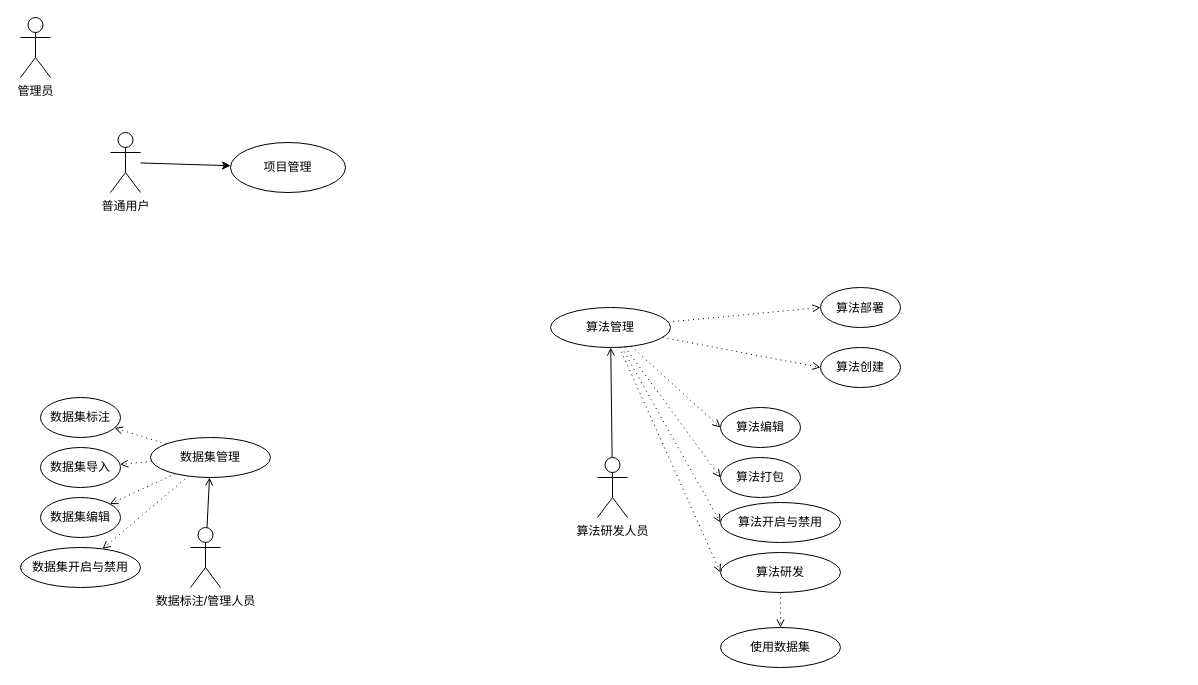
Before: 毕设uml/算法开发人员用例图.drawio in bigflyelephant/uml_set, a draw.io diagram. Source tidied: cells renumbered, new cells numbered last; positions are measured from the earlier drawing's top-left corner, leaving out a move shared by most shapes. Both pictures are drawn from the tidied source at 100%, with x=0, y=0 at pixel (20, 17).
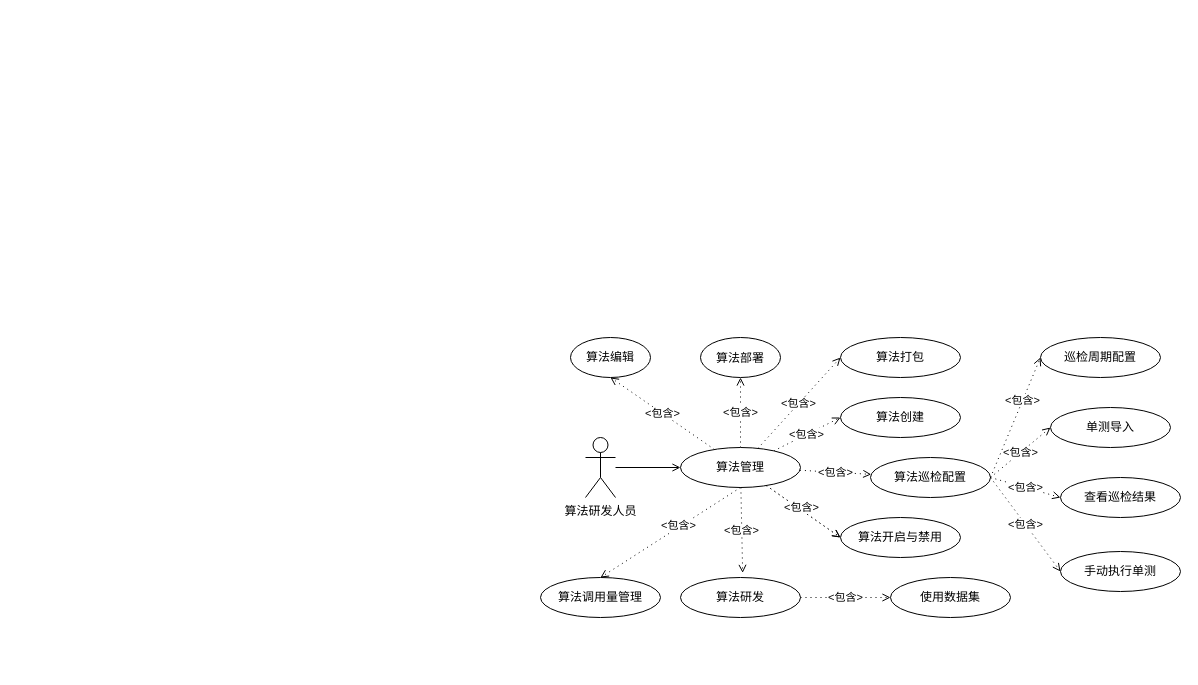
The same page after the edit.

Commit message:
更新算法开发人员用例图.drawio

Change to the diagram source:
```diff
@@
-    <mxCell id="2" style="rounded=0;jettySize=auto;html=1;" parent="1" edge="1" source="3" target="4">
-      <mxGeometry relative="1" as="geometry" />
-    </mxCell>
-    <mxCell id="3" value="普通用户" style="shape=umlActor;verticalLabelPosition=bottom;verticalAlign=top;html=1;outlineConnect=0;" parent="1" vertex="1">
-      <mxGeometry x="90" y="115" width="30" height="60" as="geometry" />
-    </mxCell>
-    <mxCell id="4" value="&lt;p style=&quot;line-height: 100%;&quot;&gt;项目管理&lt;/p&gt;" style="ellipse;whiteSpace=wrap;html=1;verticalAlign=top;" parent="1" vertex="1">
-      <mxGeometry x="210" y="125" width="115" height="50" as="geometry" />
-    </mxCell>
-    <mxCell id="5" value="管理员" style="shape=umlActor;verticalLabelPosition=bottom;verticalAlign=top;html=1;" parent="1" vertex="1">
-      <mxGeometry width="30" height="60" as="geometry" />
-    </mxCell>
@@
     <mxCell id="7" value="算法研发人员" style="shape=umlActor;verticalLabelPosition=bottom;verticalAlign=top;html=1;outlineConnect=0;" parent="1" vertex="1">
-      <mxGeometry x="577" y="440" width="30" height="60" as="geometry" />
+      <mxGeometry x="565" y="420" width="30" height="60" as="geometry" />
     </mxCell>
-    <mxCell id="8" style="rounded=0;jettySize=auto;html=1;dashed=1;dashPattern=1 4;strokeWidth=1;jumpSize=6;endArrow=open;endFill=0;entryX=0;entryY=0.5;entryDx=0;entryDy=0;" parent="1" edge="1" source="13" target="14">
+    <mxCell id="8" value="&amp;lt;包含&amp;gt;" style="rounded=0;jettySize=auto;html=1;dashed=1;dashPattern=1 4;strokeWidth=1;jumpSize=6;endArrow=open;endFill=0;entryX=0;entryY=0.5;entryDx=0;entryDy=0;" parent="1" edge="1" source="13" target="14">
       <mxGeometry relative="1" as="geometry" />
     </mxCell>
-    <mxCell id="9" style="rounded=0;jettySize=auto;html=1;dashed=1;dashPattern=1 4;strokeWidth=1;jumpSize=6;endArrow=open;endFill=0;entryX=0;entryY=0.5;entryDx=0;entryDy=0;" parent="1" edge="1" source="13" target="15">
+    <mxCell id="9" value="&amp;lt;包含&amp;gt;" style="rounded=0;jettySize=auto;html=1;dashed=1;dashPattern=1 4;strokeWidth=1;jumpSize=6;endArrow=open;endFill=0;entryX=0.5;entryY=1;entryDx=0;entryDy=0;" parent="1" edge="1" source="13" target="15">
       <mxGeometry relative="1" as="geometry" />
     </mxCell>
-    <mxCell id="10" style="rounded=0;jettySize=auto;html=1;dashed=1;dashPattern=1 4;strokeWidth=1;jumpSize=6;endArrow=open;endFill=0;entryX=0;entryY=0.5;entryDx=0;entryDy=0;" parent="1" edge="1" source="13" target="16">
+    <mxCell id="10" value="&amp;lt;包含&amp;gt;" style="rounded=0;jettySize=auto;html=1;dashed=1;dashPattern=1 4;strokeWidth=1;jumpSize=6;endArrow=open;endFill=0;entryX=0.5;entryY=1;entryDx=0;entryDy=0;" parent="1" edge="1" source="13" target="16">
       <mxGeometry relative="1" as="geometry" />
     </mxCell>
-    <mxCell id="11" style="rounded=0;jettySize=auto;html=1;dashed=1;dashPattern=1 4;strokeWidth=1;jumpSize=6;endArrow=open;endFill=0;entryX=0;entryY=0.5;entryDx=0;entryDy=0;" parent="1" edge="1" source="13" target="17">
+    <mxCell id="11" value="&amp;lt;包含&amp;gt;" style="rounded=0;jettySize=auto;html=1;dashed=1;dashPattern=1 4;strokeWidth=1;jumpSize=6;endArrow=open;endFill=0;entryX=0;entryY=0.5;entryDx=0;entryDy=0;" parent="1" edge="1" source="13" target="17">
       <mxGeometry relative="1" as="geometry" />
     </mxCell>
@@
+    <mxCell id="34" value="&amp;lt;包含&amp;gt;" style="rounded=0;jettySize=auto;html=1;dashed=1;dashPattern=1 4;endArrow=open;endFill=0;" parent="1" edge="1" source="13" target="39">
+      <mxGeometry relative="1" as="geometry" />
+    </mxCell>
     <mxCell id="13" value="算法管理" style="ellipse;whiteSpace=wrap;html=1;verticalAlign=middle;" parent="1" vertex="1">
-      <mxGeometry x="530" y="290" width="120" height="40" as="geometry" />
+      <mxGeometry x="660" y="430" width="120" height="40" as="geometry" />
     </mxCell>
     <mxCell id="14" value="算法创建" style="ellipse;whiteSpace=wrap;html=1;verticalAlign=middle;" parent="1" vertex="1">
-      <mxGeometry x="800" y="330" width="80" height="40" as="geometry" />
+      <mxGeometry x="820" y="380" width="120" height="40" as="geometry" />
     </mxCell>
     <mxCell id="15" value="算法编辑" style="ellipse;whiteSpace=wrap;html=1;verticalAlign=middle;" parent="1" vertex="1">
-      <mxGeometry x="700" y="390" width="80" height="40" as="geometry" />
+      <mxGeometry x="550" y="320" width="80" height="40" as="geometry" />
     </mxCell>
     <mxCell id="16" value="&lt;p style=&quot;line-height: 100%;&quot;&gt;算法部署&lt;/p&gt;" style="ellipse;whiteSpace=wrap;html=1;verticalAlign=middle;" parent="1" vertex="1">
-      <mxGeometry x="800" y="270" width="80" height="40" as="geometry" />
+      <mxGeometry x="680" y="320" width="80" height="40" as="geometry" />
     </mxCell>
     <mxCell id="17" value="算法打包" style="ellipse;whiteSpace=wrap;html=1;verticalAlign=middle;" parent="1" vertex="1">
-      <mxGeometry x="700" y="440" width="80" height="40" as="geometry" />
+      <mxGeometry x="820" y="320" width="120" height="40" as="geometry" />
     </mxCell>
-    <mxCell id="18" value="算法开启与禁用" style="ellipse;whiteSpace=wrap;html=1;verticalAlign=middle;" parent="1" vertex="1">
-      <mxGeometry x="700" y="485" width="120" height="40" as="geometry" />
-    </mxCell>
-    <mxCell id="19" value="数据标注/管理人员" style="shape=umlActor;verticalLabelPosition=bottom;verticalAlign=top;html=1;outlineConnect=0;" parent="1" vertex="1">
-      <mxGeometry x="170" y="510" width="30" height="60" as="geometry" />
-    </mxCell>
-    <mxCell id="20" style="rounded=0;jettySize=auto;html=1;dashed=1;dashPattern=1 4;strokeWidth=1;jumpSize=6;endArrow=open;endFill=0;" parent="1" edge="1" source="24" target="25">
-      <mxGeometry relative="1" as="geometry" />
-    </mxCell>
-    <mxCell id="21" style="rounded=0;jettySize=auto;html=1;dashed=1;dashPattern=1 4;strokeWidth=1;jumpSize=6;endArrow=open;endFill=0;" parent="1" edge="1" source="24" target="26">
-      <mxGeometry relative="1" as="geometry" />
-    </mxCell>
-    <mxCell id="22" style="rounded=0;jettySize=auto;html=1;dashed=1;dashPattern=1 4;strokeWidth=1;jumpSize=6;endArrow=open;endFill=0;" parent="1" edge="1" source="24" target="27">
-      <mxGeometry relative="1" as="geometry" />
-    </mxCell>
-    <mxCell id="23" style="rounded=0;jettySize=auto;html=1;dashed=1;dashPattern=1 4;strokeWidth=1;jumpSize=6;endArrow=open;endFill=0;" parent="1" edge="1" source="24" target="28">
-      <mxGeometry relative="1" as="geometry" />
-    </mxCell>
-    <mxCell id="24" value="数据集管理" style="ellipse;whiteSpace=wrap;html=1;verticalAlign=middle;" parent="1" vertex="1">
-      <mxGeometry x="130" y="420" width="120" height="40" as="geometry" />
-    </mxCell>
-    <mxCell id="25" value="数据集导入" style="ellipse;whiteSpace=wrap;html=1;verticalAlign=middle;" parent="1" vertex="1">
-      <mxGeometry x="20" y="430" width="80" height="40" as="geometry" />
-    </mxCell>
-    <mxCell id="26" value="数据集编辑" style="ellipse;whiteSpace=wrap;html=1;verticalAlign=middle;" parent="1" vertex="1">
-      <mxGeometry x="20" y="480" width="80" height="40" as="geometry" />
-    </mxCell>
-    <mxCell id="27" value="数据集&lt;span style=&quot;background-color: initial;&quot;&gt;标注&lt;/span&gt;" style="ellipse;whiteSpace=wrap;html=1;verticalAlign=middle;" parent="1" vertex="1">
-      <mxGeometry x="20" y="380" width="80" height="40" as="geometry" />
-    </mxCell>
-    <mxCell id="28" value="数据集开启与禁用" style="ellipse;whiteSpace=wrap;html=1;verticalAlign=middle;" parent="1" vertex="1">
-      <mxGeometry y="530" width="120" height="40" as="geometry" />
-    </mxCell>
-    <mxCell id="29" style="rounded=0;jettySize=auto;html=1;endArrow=open;endFill=0;" parent="1" edge="1" source="19" target="24">
-      <mxGeometry relative="1" as="geometry" />
-    </mxCell>
-    <mxCell id="30" style="rounded=0;jettySize=auto;html=1;dashed=1;dashPattern=1 4;strokeWidth=1;jumpSize=6;endArrow=open;endFill=0;entryX=0;entryY=0.5;entryDx=0;entryDy=0;" parent="1" edge="1" source="13" target="31">
+    <mxCell id="30" value="&amp;lt;包含&amp;gt;" style="rounded=0;jettySize=auto;html=1;dashed=1;dashPattern=1 4;strokeWidth=1;jumpSize=6;endArrow=open;endFill=0;entryX=0.518;entryY=-0.115;entryDx=0;entryDy=0;entryPerimeter=0;" parent="1" edge="1" source="13" target="31">
       <mxGeometry relative="1" as="geometry" />
     </mxCell>
     <mxCell id="31" value="算法研发" style="ellipse;whiteSpace=wrap;html=1;verticalAlign=middle;" parent="1" vertex="1">
-      <mxGeometry x="700" y="535" width="120" height="40" as="geometry" />
+      <mxGeometry x="660" y="560" width="120" height="40" as="geometry" />
     </mxCell>
-    <mxCell id="32" style="rounded=0;jettySize=auto;html=1;dashed=1;dashPattern=1 4;strokeWidth=1;jumpSize=6;endArrow=open;endFill=0;" parent="1" edge="1" source="31" target="33">
+    <mxCell id="32" value="&amp;lt;包含&amp;gt;" style="rounded=0;jettySize=auto;html=1;dashed=1;dashPattern=1 4;strokeWidth=1;jumpSize=6;endArrow=open;endFill=0;" parent="1" edge="1" source="31" target="33">
       <mxGeometry relative="1" as="geometry" />
     </mxCell>
     <mxCell id="33" value="使用数据集" style="ellipse;whiteSpace=wrap;html=1;verticalAlign=middle;" parent="1" vertex="1">
-      <mxGeometry x="700" y="610" width="120" height="40" as="geometry" />
+      <mxGeometry x="870" y="560" width="120" height="40" as="geometry" />
     </mxCell>
+    <mxCell id="35" value="&amp;lt;包含&amp;gt;" style="rounded=0;jettySize=auto;html=1;dashed=1;dashPattern=1 4;strokeWidth=1;jumpSize=6;endArrow=open;endFill=0;entryX=0;entryY=0.5;entryDx=0;entryDy=0;" parent="1" edge="1" source="13" target="18">
+      <mxGeometry x="-0.1" y="2" relative="1" as="geometry" />
+    </mxCell>
+    <mxCell id="18" value="算法开启与禁用" style="ellipse;whiteSpace=wrap;html=1;verticalAlign=middle;" parent="1" vertex="1">
+      <mxGeometry x="820" y="500" width="120" height="40" as="geometry" />
+    </mxCell>
+    <mxCell id="36" value="算法调用量管理" style="ellipse;whiteSpace=wrap;html=1;verticalAlign=middle;" parent="1" vertex="1">
+      <mxGeometry x="520" y="560" width="120" height="40" as="geometry" />
+    </mxCell>
+    <mxCell id="37" style="rounded=0;jettySize=auto;html=1;dashed=1;dashPattern=1 4;strokeWidth=1;jumpSize=6;endArrow=open;endFill=0;entryX=0.5;entryY=0;entryDx=0;entryDy=0;exitX=0.5;exitY=1;exitDx=0;exitDy=0;" parent="1" edge="1" source="13" target="36">
+      <mxGeometry relative="1" as="geometry" />
+    </mxCell>
+    <mxCell id="38" value="&amp;lt;包含&amp;gt;" style="edgeLabel;html=1;align=center;verticalAlign=middle;" parent="37" vertex="1">
+      <mxGeometry x="-0.12" y="-2" relative="1" as="geometry" />
+    </mxCell>
+    <mxCell id="39" value="算法巡检配置" style="ellipse;whiteSpace=wrap;html=1;verticalAlign=middle;" parent="1" vertex="1">
+      <mxGeometry x="850" y="440" width="120" height="40" as="geometry" />
+    </mxCell>
+    <mxCell id="40" value="巡检周期配置" style="ellipse;whiteSpace=wrap;html=1;verticalAlign=middle;" parent="1" vertex="1">
+      <mxGeometry x="1020" y="320" width="120" height="40" as="geometry" />
+    </mxCell>
+    <mxCell id="41" style="rounded=0;jettySize=auto;html=1;dashed=1;dashPattern=1 4;endArrow=open;endFill=0;exitX=1;exitY=0.5;exitDx=0;exitDy=0;entryX=0;entryY=0.5;entryDx=0;entryDy=0;" parent="1" edge="1" source="39" target="40">
+      <mxGeometry relative="1" as="geometry" />
+    </mxCell>
+    <mxCell id="42" value="&amp;lt;包含&amp;gt;" style="edgeLabel;html=1;align=center;verticalAlign=middle;" parent="41" vertex="1">
+      <mxGeometry x="0.29" y="1" relative="1" as="geometry" />
+    </mxCell>
+    <mxCell id="43" value="单测导入" style="ellipse;whiteSpace=wrap;html=1;verticalAlign=middle;" parent="1" vertex="1">
+      <mxGeometry x="1030" y="390" width="120" height="40" as="geometry" />
+    </mxCell>
+    <mxCell id="44" value="&amp;lt;包含&amp;gt;" style="rounded=0;jettySize=auto;html=1;dashed=1;dashPattern=1 4;endArrow=open;endFill=0;exitX=1;exitY=0.5;exitDx=0;exitDy=0;entryX=0;entryY=0.5;entryDx=0;entryDy=0;" parent="1" edge="1" source="39" target="43">
+      <mxGeometry relative="1" as="geometry" />
+    </mxCell>
+    <mxCell id="45" value="查看巡检结果" style="ellipse;whiteSpace=wrap;html=1;verticalAlign=middle;" parent="1" vertex="1">
+      <mxGeometry x="1040" y="460" width="120" height="40" as="geometry" />
+    </mxCell>
+    <mxCell id="46" value="&amp;lt;包含&amp;gt;" style="rounded=0;jettySize=auto;html=1;dashed=1;dashPattern=1 4;endArrow=open;endFill=0;exitX=1;exitY=0.5;exitDx=0;exitDy=0;entryX=0;entryY=0.5;entryDx=0;entryDy=0;" parent="1" edge="1" source="39" target="45">
+      <mxGeometry relative="1" as="geometry" />
+    </mxCell>
+    <mxCell id="47" value="手动执行单测" style="ellipse;whiteSpace=wrap;html=1;verticalAlign=middle;" parent="1" vertex="1">
+      <mxGeometry x="1040" y="534" width="120" height="40" as="geometry" />
+    </mxCell>
+    <mxCell id="48" value="&amp;lt;包含&amp;gt;" style="rounded=0;jettySize=auto;html=1;dashed=1;dashPattern=1 4;endArrow=open;endFill=0;exitX=1;exitY=0.5;exitDx=0;exitDy=0;entryX=0;entryY=0.5;entryDx=0;entryDy=0;" parent="1" edge="1" source="39" target="47">
+      <mxGeometry relative="1" as="geometry" />
+    </mxCell>
```
